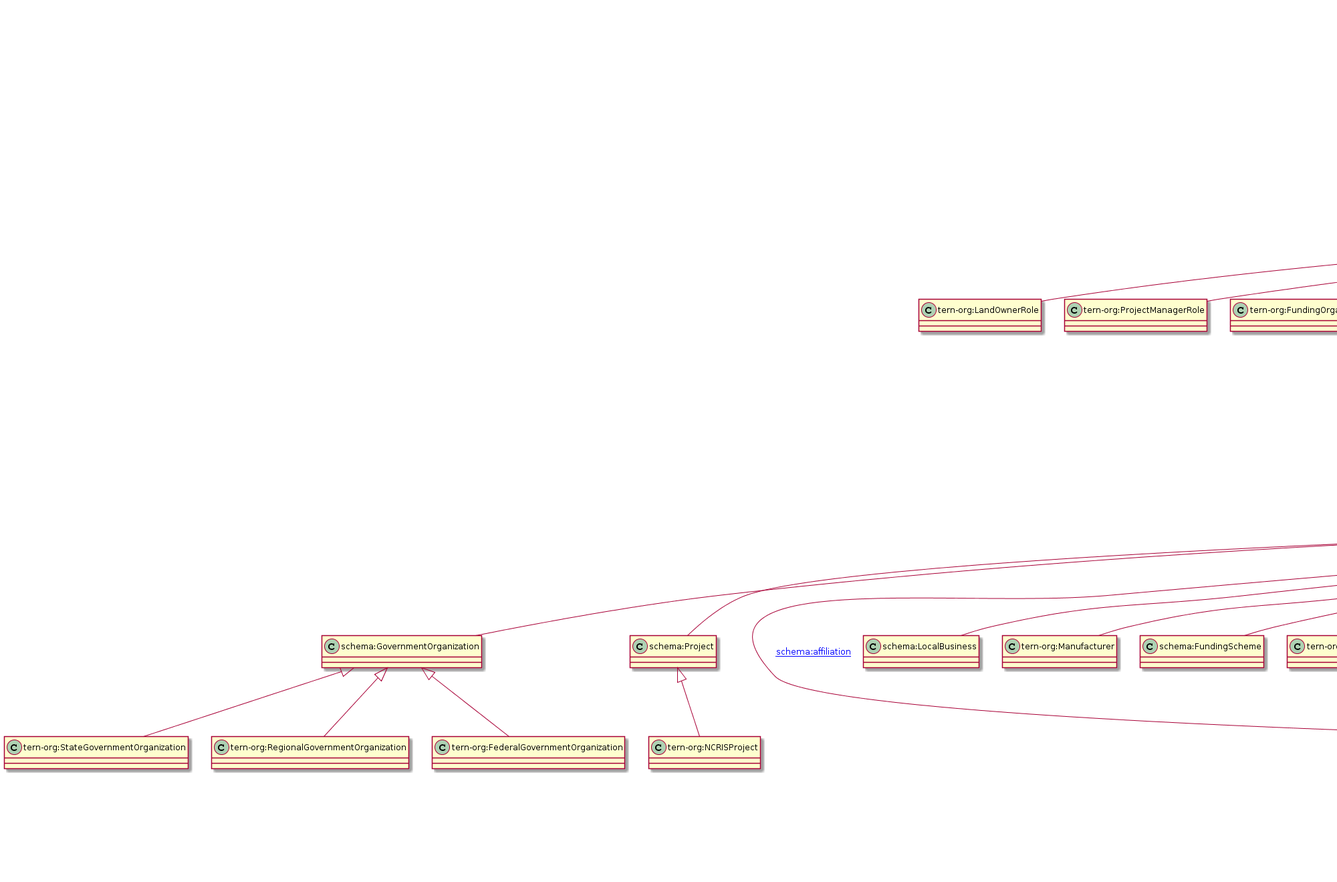
The PlantUML diagram docs/tern-org.ttl.txt.png in ternaustralia/ontology_tern-org, before a commit.
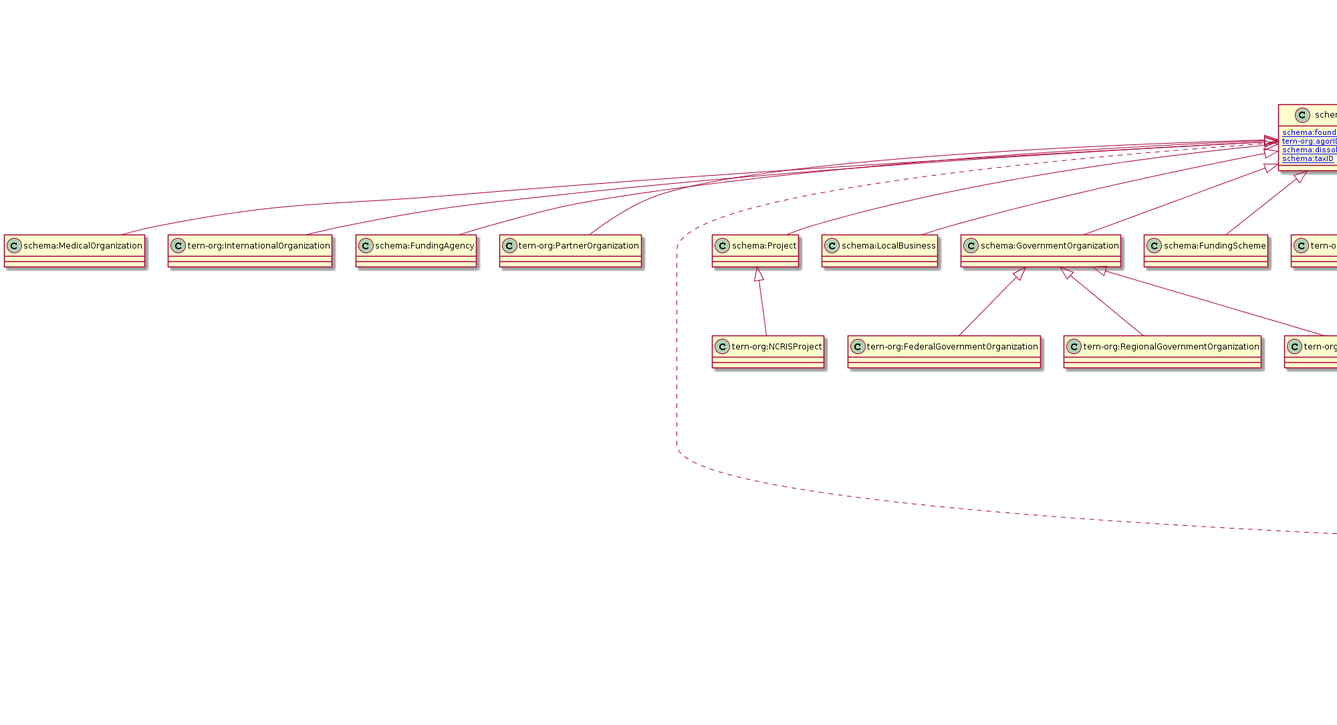
The same file after the commit.

Change to the diagram source:
```diff
@@ -1,162 +1,162 @@
 @startuml
 title TERN Organisations Ontology
+"schema:Organization" <|-- "tern-org:PartnerOrganization"
+"schema:Organization" <|-- "schema:GovernmentOrganization"
+"schema:Organization" <|-- "schema:Consortium"
+"schema:Organization" <|-- "schema:Corporation"
+"schema:Organization" <|-- "schema:MedicalOrganization"
+"schema:Thing" <|-- "schema:OwnershipInfo"
+"schema:Role" <|-- "tern-org:CollaboratorOrganizationRole"
+"schema:Organization" <|-- "tern-org:InternationalOrganization"
 "schema:Role" <|-- "tern-org:LandOwnerRole"
-"schema:Thing" <|-- "org:ChangeEvent"
-"schema:Organization" <|-- "schema:NGO"
-"schema:Organization" <|-- "schema:EducationalOrganization"
+"schema:Role" <|-- "tern-org:FundingOrganizationRole"
+"schema:Role" <|-- "tern-org:DataManagerRole"
+"schema:Organization" <|-- "schema:FundingAgency"
+"schema:Thing" <|-- "prov:Agent"
+"schema:Thing" <|-- "schema:Role"
+"schema:Thing" <|-- "schema:Event"
+"schema:Thing" <|-- "schema:PostalAddress"
 "schema:GovernmentOrganization" <|-- "tern-org:FederalGovernmentOrganization"
+"prov:Agent" <|-- "schema:Person"
+"owl:Thing" <|-- "schema:Thing"
 "schema:Role" <|-- "tern-org:ProjectManagerRole"
-"schema:Role" <|-- "tern-org:FundingOrganizationRole"
-"schema:Organization" <|-- "schema:Project"
+"schema:Role" <|-- "tern-org:CollaborativeInvestigatorRole"
 "prov:Agent" <|-- "schema:Organization"
 "schema:Organization" <|-- "schema:LocalBusiness"
-"prov:Agent" <|-- "schema:Person"
+"schema:Organization" <|-- "schema:Project"
+"schema:Organization" <|-- "schema:FundingScheme"
+"schema:Role" <|-- "tern-org:PrincipalInvestigatorRole"
 "schema:Organization" <|-- "tern-org:Manufacturer"
-"schema:Organization" <|-- "schema:FundingScheme"
-"schema:Organization" <|-- "tern-org:PartnerOrganization"
-"schema:Thing" <|-- "prov:Agent"
-"schema:Role" <|-- "tern-org:CollaborativeInvestigatorRole"
-"schema:Thing" <|-- "schema:OwnershipInfo"
-"schema:Thing" <|-- "schema:PostalAddress"
+"schema:Organization" <|-- "schema:NGO"
+"schema:Thing" <|-- "schema:Product"
+"schema:GovernmentOrganization" <|-- "tern-org:RegionalGovernmentOrganization"
+"schema:Organization" <|-- "schema:EducationalOrganization"
+"schema:GovernmentOrganization" <|-- "tern-org:StateGovernmentOrganization"
+"schema:Thing" <|-- "org:Site"
+"schema:Role" <|-- "tern-org:DroneOperator"
 "schema:Project" <|-- "tern-org:NCRISProject"
-"schema:Thing" <|-- "schema:Role"
-"schema:Organization" <|-- "schema:Corporation"
-"schema:Thing" <|-- "schema:Event"
-"schema:Role" <|-- "tern-org:PrincipalInvestigatorRole"
-"owl:Thing" <|-- "schema:Thing"
-"schema:Organization" <|-- "schema:MedicalOrganization"
-"schema:Organization" <|-- "tern-org:InternationalOrganization"
-"schema:Role" <|-- "tern-org:DroneOperator"
 "schema:Role" <|-- "tern-org:TechnicianRole"
-"schema:Organization" <|-- "schema:Consortium"
-"schema:Thing" <|-- "schema:Product"
-"schema:GovernmentOrganization" <|-- "tern-org:StateGovernmentOrganization"
-"schema:Role" <|-- "tern-org:CollaboratorOrganizationRole"
-"schema:Organization" <|-- "schema:FundingAgency"
-"schema:Role" <|-- "tern-org:DataManagerRole"
-"schema:Thing" <|-- "org:Site"
-"schema:Organization" <|-- "schema:GovernmentOrganization"
-"schema:GovernmentOrganization" <|-- "tern-org:RegionalGovernmentOrganization"
+"schema:Thing" <|-- "org:ChangeEvent"
+Class "tern-org:PartnerOrganization" [[https://w3id.org/tern/ontologies/org/PartnerOrganization]] {
+}
+Class "schema:GovernmentOrganization" [[http://schema.org/GovernmentOrganization]] {
+}
+Class "schema:Consortium" [[http://schema.org/Consortium]] {
+}
+Class "schema:Corporation" [[http://schema.org/Corporation]] {
+}
+Class "schema:MedicalOrganization" [[http://schema.org/MedicalOrganization]] {
+}
+Class "schema:OwnershipInfo" [[http://schema.org/OwnershipInfo]] {
+[[http://schema.org/ownedFrom schema:ownedFrom]] : [[http://www.w3.org/2001/XMLSchema#date xsd:date]]
+[[http://schema.org/ownedThrough schema:ownedThrough]] : [[http://www.w3.org/2001/XMLSchema#date xsd:date]]
+}
+Class "tern-org:CollaboratorOrganizationRole" [[https://w3id.org/tern/ontologies/org/CollaboratorOrganizationRole]] {
+}
+Class "tern-org:InternationalOrganization" [[https://w3id.org/tern/ontologies/org/InternationalOrganization]] {
+}
 Class "tern-org:LandOwnerRole" [[https://w3id.org/tern/ontologies/org/LandOwnerRole]] {
-}
-Class "org:ChangeEvent" [[http://www.w3.org/ns/org#ChangeEvent]] {
-}
-Class "schema:NGO" [[http://schema.org/NGO]] {
-}
-Class "schema:EducationalOrganization" [[http://schema.org/EducationalOrganization]] {
-}
-Class "tern-org:FederalGovernmentOrganization" [[https://w3id.org/tern/ontologies/org/FederalGovernmentOrganization]] {
-}
-Class "tern-org:ProjectManagerRole" [[https://w3id.org/tern/ontologies/org/ProjectManagerRole]] {
 }
 Class "tern-org:FundingOrganizationRole" [[https://w3id.org/tern/ontologies/org/FundingOrganizationRole]] {
 }
-Class "schema:Project" [[http://schema.org/Project]] {
+Class "tern-org:DataManagerRole" [[https://w3id.org/tern/ontologies/org/DataManagerRole]] {
 }
-Class "schema:Organization" [[http://schema.org/Organization]] {
-[[http://schema.org/foundingDate schema:foundingDate]] : [[http://www.w3.org/2001/XMLSchema#date xsd:date]]
-[[http://schema.org/taxID schema:taxID]] : [[http://www.w3.org/2001/XMLSchema#string xsd:string]]
-[[http://schema.org/dissolutionDate schema:dissolutionDate]] : [[http://www.w3.org/2001/XMLSchema#date xsd:date]]
-[[https://w3id.org/tern/ontologies/org/agorID tern-org:agorID]] : [[http://www.w3.org/2001/XMLSchema#string xsd:string]]
-}
-Class "schema:LocalBusiness" [[http://schema.org/LocalBusiness]] {
-}
-Class "schema:Person" [[http://schema.org/Person]] {
-[[http://schema.org/jobTitle schema:jobTitle]] : [[http://www.w3.org/2001/XMLSchema#string xsd:string]]
-[[http://schema.org/honorificPrefix schema:honorificPrefix]] : [[http://www.w3.org/2001/XMLSchema#string xsd:string]]
-}
-Class "tern-org:Manufacturer" [[https://w3id.org/tern/ontologies/org/Manufacturer]] {
-}
-Class "schema:FundingScheme" [[http://schema.org/FundingScheme]] {
-}
-Class "tern-org:PartnerOrganization" [[https://w3id.org/tern/ontologies/org/PartnerOrganization]] {
+Class "schema:FundingAgency" [[http://schema.org/FundingAgency]] {
 }
 Class "prov:Agent" [[http://www.w3.org/ns/prov#Agent]] {
 [[http://schema.org/telephone schema:telephone]] : [[http://www.w3.org/2001/XMLSchema#string xsd:string]]
 [[http://schema.org/email schema:email]] : [[http://www.w3.org/2001/XMLSchema#string xsd:string]]
 }
-Class "tern-org:CollaborativeInvestigatorRole" [[https://w3id.org/tern/ontologies/org/CollaborativeInvestigatorRole]] {
+Class "schema:Role" [[http://schema.org/Role]] {
 }
-Class "schema:OwnershipInfo" [[http://schema.org/OwnershipInfo]] {
-[[http://schema.org/ownedFrom schema:ownedFrom]] : [[http://www.w3.org/2001/XMLSchema#date xsd:date]]
-[[http://schema.org/ownedThrough schema:ownedThrough]] : [[http://www.w3.org/2001/XMLSchema#date xsd:date]]
+Class "schema:Event" [[http://schema.org/Event]] {
 }
 Class "schema:PostalAddress" [[http://schema.org/PostalAddress]] {
-[[http://schema.org/addressCountry schema:addressCountry]] : [[http://www.w3.org/2001/XMLSchema#string xsd:string]]
-[[http://schema.org/addressRegion schema:addressRegion]] : [[http://www.w3.org/2001/XMLSchema#string xsd:string]]
-[[http://schema.org/postOfficeBoxNumber schema:postOfficeBoxNumber]] : [[http://www.w3.org/2001/XMLSchema#string xsd:string]]
-[[http://schema.org/postalCode schema:postalCode]] : [[http://www.w3.org/2001/XMLSchema#positiveInteger xsd:positiveInteger]]
 [[https://w3id.org/tern/ontologies/org/addressLine2 tern-org:addressLine2]] : [[http://www.w3.org/2001/XMLSchema#string xsd:string]]
 [[https://w3id.org/tern/ontologies/org/addressLine1 tern-org:addressLine1]] : [[http://www.w3.org/2001/XMLSchema#string xsd:string]]
 [[https://w3id.org/tern/ontologies/org/fullAddressLine tern-org:fullAddressLine]] : [[http://www.w3.org/2001/XMLSchema#string xsd:string]]
+[[http://schema.org/addressLocality schema:addressLocality]] : [[http://www.w3.org/2001/XMLSchema#string xsd:string]]
+[[http://schema.org/postOfficeBoxNumber schema:postOfficeBoxNumber]] : [[http://www.w3.org/2001/XMLSchema#string xsd:string]]
 [[http://schema.org/streetAddress schema:streetAddress]] : [[http://www.w3.org/2001/XMLSchema#string xsd:string]]
-[[http://schema.org/addressLocality schema:addressLocality]] : [[http://www.w3.org/2001/XMLSchema#string xsd:string]]
+[[http://schema.org/addressCountry schema:addressCountry]] : [[http://www.w3.org/2001/XMLSchema#string xsd:string]]
+[[http://schema.org/addressRegion schema:addressRegion]] : [[http://www.w3.org/2001/XMLSchema#string xsd:string]]
+[[http://schema.org/postalCode schema:postalCode]] : [[http://www.w3.org/2001/XMLSchema#positiveInteger xsd:positiveInteger]]
+}
+Class "tern-org:FederalGovernmentOrganization" [[https://w3id.org/tern/ontologies/org/FederalGovernmentOrganization]] {
+}
+Class "schema:Person" [[http://schema.org/Person]] {
+[[http://schema.org/honorificPrefix schema:honorificPrefix]] : [[http://www.w3.org/2001/XMLSchema#string xsd:string]]
+[[http://schema.org/jobTitle schema:jobTitle]] : [[http://www.w3.org/2001/XMLSchema#string xsd:string]]
+}
+Class "schema:Thing" [[http://schema.org/Thing]] {
+[[http://schema.org/description schema:description]] : [[http://www.w3.org/2001/XMLSchema#string xsd:string]]
+[[http://schema.org/image schema:image]] : [[http://www.w3.org/2001/XMLSchema#anyURI xsd:anyURI]]
+[[http://schema.org/identifier schema:identifier]] : [[http://www.w3.org/2001/XMLSchema#string xsd:string]]
+[[http://schema.org/alternateName schema:alternateName]] : [[http://www.w3.org/2001/XMLSchema#string xsd:string]]
+[[http://schema.org/name schema:name]] : [[http://www.w3.org/2001/XMLSchema#string xsd:string]]
+}
+Class "tern-org:ProjectManagerRole" [[https://w3id.org/tern/ontologies/org/ProjectManagerRole]] {
+}
+Class "tern-org:CollaborativeInvestigatorRole" [[https://w3id.org/tern/ontologies/org/CollaborativeInvestigatorRole]] {
+}
+Class "schema:Organization" [[http://schema.org/Organization]] {
+[[http://schema.org/foundingDate schema:foundingDate]] : [[http://www.w3.org/2001/XMLSchema#date xsd:date]]
+[[https://w3id.org/tern/ontologies/org/agorID tern-org:agorID]] : [[http://www.w3.org/2001/XMLSchema#string xsd:string]]
+[[http://schema.org/dissolutionDate schema:dissolutionDate]] : [[http://www.w3.org/2001/XMLSchema#date xsd:date]]
+[[http://schema.org/taxID schema:taxID]] : [[http://www.w3.org/2001/XMLSchema#string xsd:string]]
+}
+Class "schema:LocalBusiness" [[http://schema.org/LocalBusiness]] {
+}
+Class "schema:Project" [[http://schema.org/Project]] {
+}
+Class "schema:FundingScheme" [[http://schema.org/FundingScheme]] {
+}
+Class "tern-org:PrincipalInvestigatorRole" [[https://w3id.org/tern/ontologies/org/PrincipalInvestigatorRole]] {
+}
+Class "tern-org:Manufacturer" [[https://w3id.org/tern/ontologies/org/Manufacturer]] {
+}
+Class "schema:NGO" [[http://schema.org/NGO]] {
+}
+Class "schema:Product" [[http://schema.org/Product]] {
+}
+Class "tern-org:RegionalGovernmentOrganization" [[https://w3id.org/tern/ontologies/org/RegionalGovernmentOrganization]] {
+}
+Class "schema:EducationalOrganization" [[http://schema.org/EducationalOrganization]] {
+}
+Class "tern-org:StateGovernmentOrganization" [[https://w3id.org/tern/ontologies/org/StateGovernmentOrganization]] {
+}
+Class "org:Site" [[http://www.w3.org/ns/org#Site]] {
+}
+Class "tern-org:DroneOperator" [[https://w3id.org/tern/ontologies/org/DroneOperator]] {
 }
 Class "tern-org:NCRISProject" [[https://w3id.org/tern/ontologies/org/NCRISProject]] {
 }
-Class "schema:Role" [[http://schema.org/Role]] {
-}
-Class "schema:Corporation" [[http://schema.org/Corporation]] {
-}
-Class "schema:Event" [[http://schema.org/Event]] {
-}
-Class "tern-org:PrincipalInvestigatorRole" [[https://w3id.org/tern/ontologies/org/PrincipalInvestigatorRole]] {
-}
-Class "schema:Thing" [[http://schema.org/Thing]] {
-[[http://schema.org/alternateName schema:alternateName]] : [[http://www.w3.org/2001/XMLSchema#string xsd:string]]
-[[http://schema.org/identifier schema:identifier]] : [[http://www.w3.org/2001/XMLSchema#string xsd:string]]
-[[http://schema.org/description schema:description]] : [[http://www.w3.org/2001/XMLSchema#string xsd:string]]
-[[http://schema.org/image schema:image]] : [[http://www.w3.org/2001/XMLSchema#anyURI xsd:anyURI]]
-[[http://schema.org/name schema:name]] : [[http://www.w3.org/2001/XMLSchema#string xsd:string]]
-}
-Class "schema:MedicalOrganization" [[http://schema.org/MedicalOrganization]] {
-}
-Class "tern-org:InternationalOrganization" [[https://w3id.org/tern/ontologies/org/InternationalOrganization]] {
-}
-Class "tern-org:DroneOperator" [[https://w3id.org/tern/ontologies/org/DroneOperator]] {
-}
 Class "tern-org:TechnicianRole" [[https://w3id.org/tern/ontologies/org/TechnicianRole]] {
 }
-Class "schema:Consortium" [[http://schema.org/Consortium]] {
+Class "org:ChangeEvent" [[http://www.w3.org/ns/org#ChangeEvent]] {
 }
-Class "schema:Product" [[http://schema.org/Product]] {
-}
-Class "tern-org:StateGovernmentOrganization" [[https://w3id.org/tern/ontologies/org/StateGovernmentOrganization]] {
-}
-Class "tern-org:CollaboratorOrganizationRole" [[https://w3id.org/tern/ontologies/org/CollaboratorOrganizationRole]] {
-}
-Class "schema:FundingAgency" [[http://schema.org/FundingAgency]] {
-}
-Class "tern-org:DataManagerRole" [[https://w3id.org/tern/ontologies/org/DataManagerRole]] {
-}
-Class "org:Site" [[http://www.w3.org/ns/org#Site]] {
-}
-Class "schema:GovernmentOrganization" [[http://schema.org/GovernmentOrganization]] {
-}
-Class "tern-org:RegionalGovernmentOrganization" [[https://w3id.org/tern/ontologies/org/RegionalGovernmentOrganization]] {
-}
+"schema:OwnershipInfo" --> "schema:Product" : "[[http://schema.org/typeOfGood schema:typeOfGood]]"
+"prov:Agent" --> "schema:OwnershipInfo" : "[[http://schema.org/owns schema:owns]]"
+"org:Organization" --> "org:ChangeEvent" : "[[http://www.w3.org/ns/org#changedBy org:changedBy]]"
+"org:Site" --> "schema:PostalAddress" : "[[http://www.w3.org/ns/org#siteAddress org:siteAddress]]"
+"prov:Agent" --> "prov:Agent" : "[[http://schema.org/sponsor schema:sponsor]]"
 "schema:Organization" --> "schema:Organization" : "[[http://schema.org/subOrganization schema:subOrganization]]"
-"schema:Organization" --> "org:Site" : "[[http://www.w3.org/ns/org#hasPrimarySite org:hasPrimarySite]]"
-"schema:OwnershipInfo" --> "schema:Product" : "[[http://schema.org/typeOfGood schema:typeOfGood]]"
 "prov:Agent" --> "schema:Organization" : "[[http://schema.org/memberOf schema:memberOf]]"
-"prov:Agent" --> "prov:Agent" : "[[http://schema.org/sponsor schema:sponsor]]"
+"org:ChangeEvent" --> "org:Organization" : "[[http://www.w3.org/ns/org#resultingOrganization org:resultingOrganization]]"
+"prov:Agent" --> "prov:Agent" : "[[http://schema.org/funder schema:funder]]"
+"org:Site" --> "org:Organization" : "[[http://www.w3.org/ns/org#siteOf org:siteOf]]"
+"schema:Organization" --> "schema:Organization" : "[[http://schema.org/parentOrganization schema:parentOrganization]]"
+"org:Organization" --> "org:ChangeEvent" : "[[http://www.w3.org/ns/org#resultedFrom org:resultedFrom]]"
+"schema:Organization" --> "prov:Agent" : "[[http://schema.org/member schema:member]]"
+"schema:OwnershipInfo" --> "schema:Organization" : "[[http://schema.org/acquiredFrom schema:acquiredFrom]]"
 "schema:Person" --> "org:Site" : "[[http://www.w3.org/ns/org#basedAt org:basedAt]]"
-"schema:Organization" --> "schema:Organization" : "[[http://schema.org/parentOrganization schema:parentOrganization]]"
-"schema:OwnershipInfo" --> "schema:Organization" : "[[http://schema.org/acquiredFrom schema:acquiredFrom]]"
+"schema:Person" --> "schema:Organization" : "[[http://schema.org/affiliation schema:affiliation]]"
+"org:ChangeEvent" --> "org:Organization" : "[[http://www.w3.org/ns/org#originalOrganization org:originalOrganization]]"
+"org:Organization" --> "org:Site" : "[[http://www.w3.org/ns/org#hasPrimarySite org:hasPrimarySite]]"
 "org:Organization" --> "org:Site" : "[[http://www.w3.org/ns/org#hasSite org:hasSite]]"
-"org:Site" --> "schema:PostalAddress" : "[[http://www.w3.org/ns/org#siteAddress org:siteAddress]]"
-"schema:Organization" --> "prov:Agent" : "[[http://schema.org/member schema:member]]"
-"prov:Agent" --> "prov:Agent" : "[[http://schema.org/funder schema:funder]]"
-"org:Organization" --> "org:ChangeEvent" : "[[http://www.w3.org/ns/org#changedBy org:changedBy]]"
-"org:Site" --> "schema:Organization" : "[[http://www.w3.org/ns/org#siteOf org:siteOf]]"
-"org:ChangeEvent" --> "org:Organization" : "[[http://www.w3.org/ns/org#resultingOrganization org:resultingOrganization]]"
-"org:Organization" --> "org:ChangeEvent" : "[[http://www.w3.org/ns/org#resultedFrom org:resultedFrom]]"
-"prov:Agent" --> "schema:OwnershipInfo" : "[[http://schema.org/owns schema:owns]]"
-"org:ChangeEvent" --> "org:Organization" : "[[http://www.w3.org/ns/org#originalOrganization org:originalOrganization]]"
-"schema:Person" --> "schema:Organization" : "[[http://schema.org/affiliation schema:affiliation]]"
+"foaf:Agent" .. "prov:Agent"
+"foaf:Person" .. "schema:Person"
 "org:Organization" .. "schema:Organization"
-"foaf:Person" .. "schema:Person"
-"foaf:Agent" .. "prov:Agent"
 header
 Creator: Edmond Chuc (e.chuc@uq.edu.au)
 endheader
```
